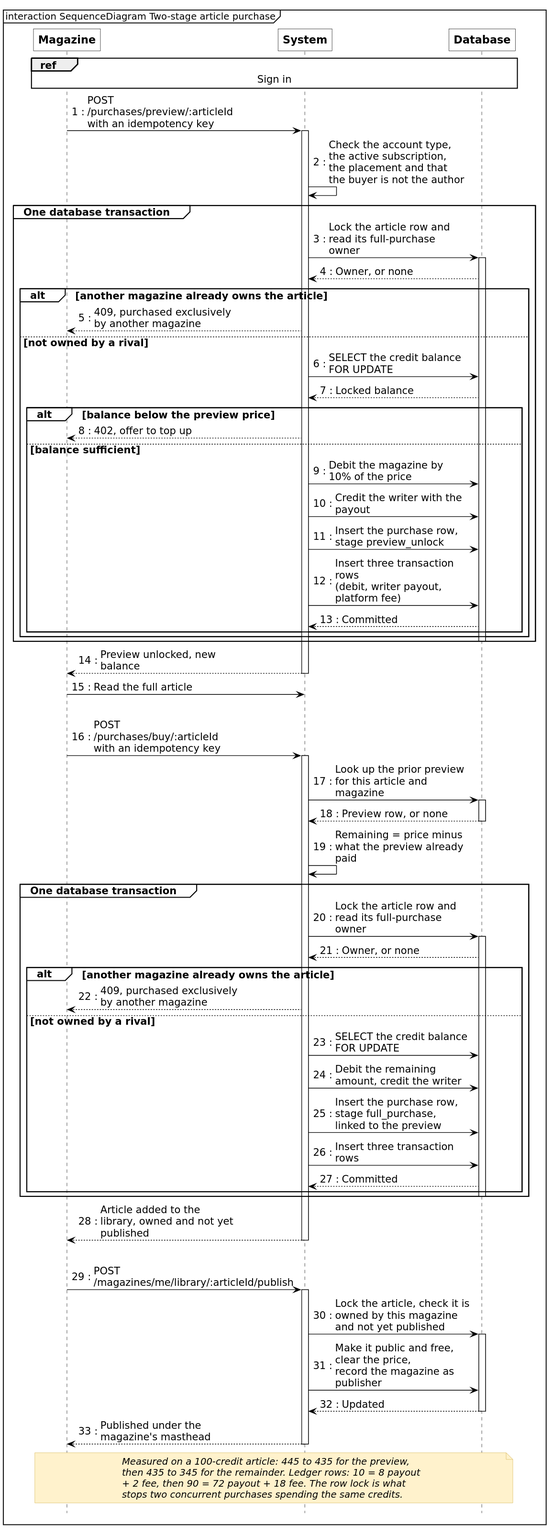
Before: diagrams/fig-6-3-sequence-two-stage-purchase/fig-6-3-sequence-two-stage-purchase.svg, a diagram exported from PlantUML (inkwell-dev/spec.inkwell.ai).
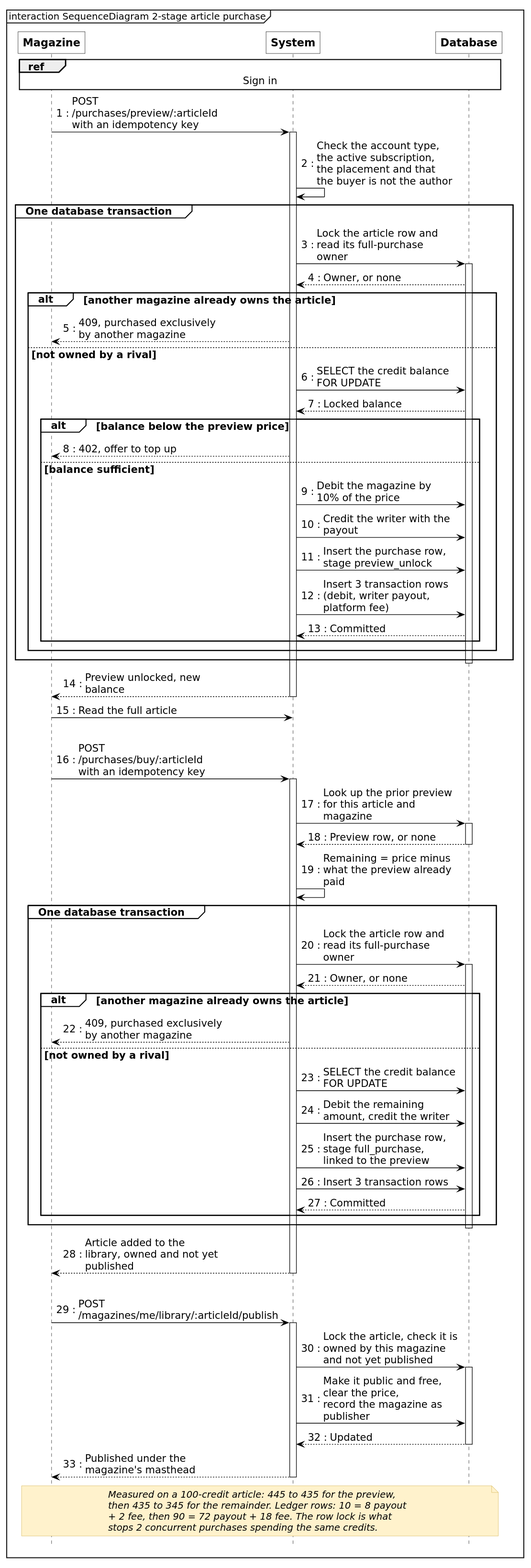
After the commit.

The edit, as a diff of the source:
```diff
@@ -1,7 +1,7 @@
 @startuml
 !include ../_style.puml
 !include ../_sequence.puml
-mainframe interaction SequenceDiagram Two-stage article purchase
+mainframe interaction SequenceDiagram 2-stage article purchase
 autonumber "0 :"
 
 participant "Magazine" as M
@@ -29,7 +29,7 @@
     A -> D : Debit the magazine by 10% of the price
     A -> D : Credit the writer with the payout
     A -> D : Insert the purchase row, stage preview_unlock
-    A -> D : Insert three transaction rows\n(debit, writer payout, platform fee)
+    A -> D : Insert 3 transaction rows\n(debit, writer payout, platform fee)
     D --> A : Committed
   end
   end
@@ -59,7 +59,7 @@
   A -> D : SELECT the credit balance FOR UPDATE
   A -> D : Debit the remaining amount, credit the writer
   A -> D : Insert the purchase row, stage full_purchase,\nlinked to the preview
-  A -> D : Insert three transaction rows
+  A -> D : Insert 3 transaction rows
   D --> A : Committed
   end
   deactivate D
@@ -83,6 +83,6 @@
   Measured on a 100-credit article: 445 to 435 for the preview,
   then 435 to 345 for the remainder. Ledger rows: 10 = 8 payout
   + 2 fee, then 90 = 72 payout + 18 fee. The row lock is what
-  stops two concurrent purchases spending the same credits.
+  stops 2 concurrent purchases spending the same credits.
 end note
 @enduml
```
